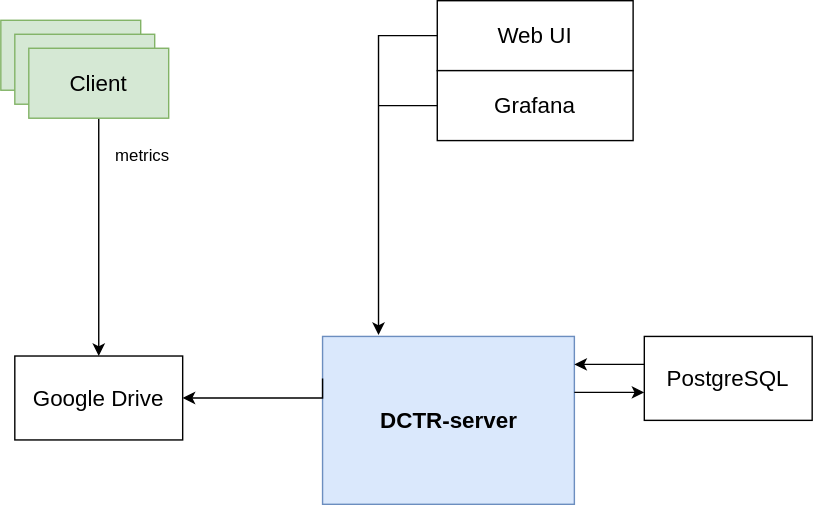
Above: src/Img/DCTR-system.svg in degid/DCTR-system (draw.io), before the change. Source tidied: cells renumbered, new cells last; positions are measured from the earlier drawing's top-left corner, leaving out a move shared by most shapes.
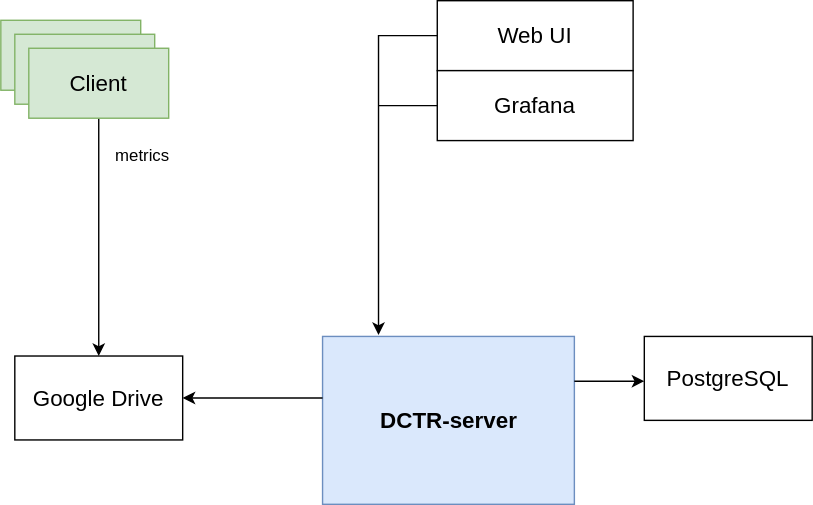
The same diagram one commit later.

Change to the diagram source:
```diff
@@ -28,8 +28,9 @@
     <mxCell id="9" value="Google Drive" style="rounded=0;whiteSpace=wrap;html=1;fontSize=16;fontColor=#000000;" parent="1" vertex="1">
       <mxGeometry x="10" y="254" width="120" height="60" as="geometry" />
     </mxCell>
-    <mxCell id="10" style="edgeStyle=orthogonalEdgeStyle;rounded=0;jettySize=auto;html=1;exitX=0;exitY=0.25;exitDx=0;exitDy=0;entryX=1;entryY=0.5;entryDx=0;entryDy=0;endArrow=classic;endFill=1;fontSize=16;fontColor=#000000;" parent="1" edge="1" source="3" target="9">
+    <mxCell id="10" style="edgeStyle=orthogonalEdgeStyle;rounded=0;jettySize=auto;html=1;entryX=1;entryY=0.5;entryDx=0;entryDy=0;endArrow=classic;endFill=1;fontSize=16;fontColor=#000000;" parent="1" edge="1" target="9">
       <mxGeometry relative="1" as="geometry">
+        <mxPoint x="230" y="284" as="sourcePoint" />
         <Array as="points">
           <mxPoint x="230" y="284" />
         </Array>
@@ -57,22 +58,15 @@
         <mxPoint x="270" y="75" as="targetPoint" />
       </mxGeometry>
     </mxCell>
-    <mxCell id="17" style="edgeStyle=orthogonalEdgeStyle;rounded=0;jettySize=auto;html=1;endArrow=classic;endFill=1;fontSize=16;fontColor=#000000;" parent="1" edge="1" source="18">
-      <mxGeometry relative="1" as="geometry">
-        <mxPoint x="410" y="260" as="targetPoint" />
-        <Array as="points">
-          <mxPoint x="410" y="260" />
-        </Array>
-      </mxGeometry>
-    </mxCell>
     <mxCell id="18" value="PostgreSQL" style="rounded=0;whiteSpace=wrap;html=1;fontSize=16;fontColor=#000000;" parent="1" vertex="1">
       <mxGeometry x="460" y="240" width="120" height="60" as="geometry" />
     </mxCell>
-    <mxCell id="19" style="edgeStyle=orthogonalEdgeStyle;rounded=0;jettySize=auto;html=1;endArrow=classic;endFill=1;fontSize=16;fontColor=#000000;" parent="1" edge="1" source="3">
+    <mxCell id="19" style="edgeStyle=orthogonalEdgeStyle;rounded=0;orthogonalLoop=1;jettySize=auto;html=1;endArrow=classic;endFill=1;fontSize=16;fontColor=#000000;" parent="1" edge="1">
       <mxGeometry relative="1" as="geometry">
-        <mxPoint x="460" y="280" as="targetPoint" />
+        <mxPoint x="410" y="272" as="sourcePoint" />
+        <mxPoint x="460" y="272" as="targetPoint" />
         <Array as="points">
-          <mxPoint x="460" y="280" />
+          <mxPoint x="460" y="272" />
         </Array>
       </mxGeometry>
     </mxCell>
```
